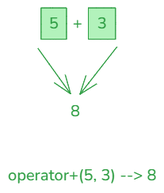
silvercodes/p53_cpp keeps this Excalidraw diagram as img/03.operators.excalidraw.png. Above is the earlier version. Source tidied: one line per element, renumbered; positions are measured from the earlier drawing's top-left corner, leaving out a move shared by most shapes.
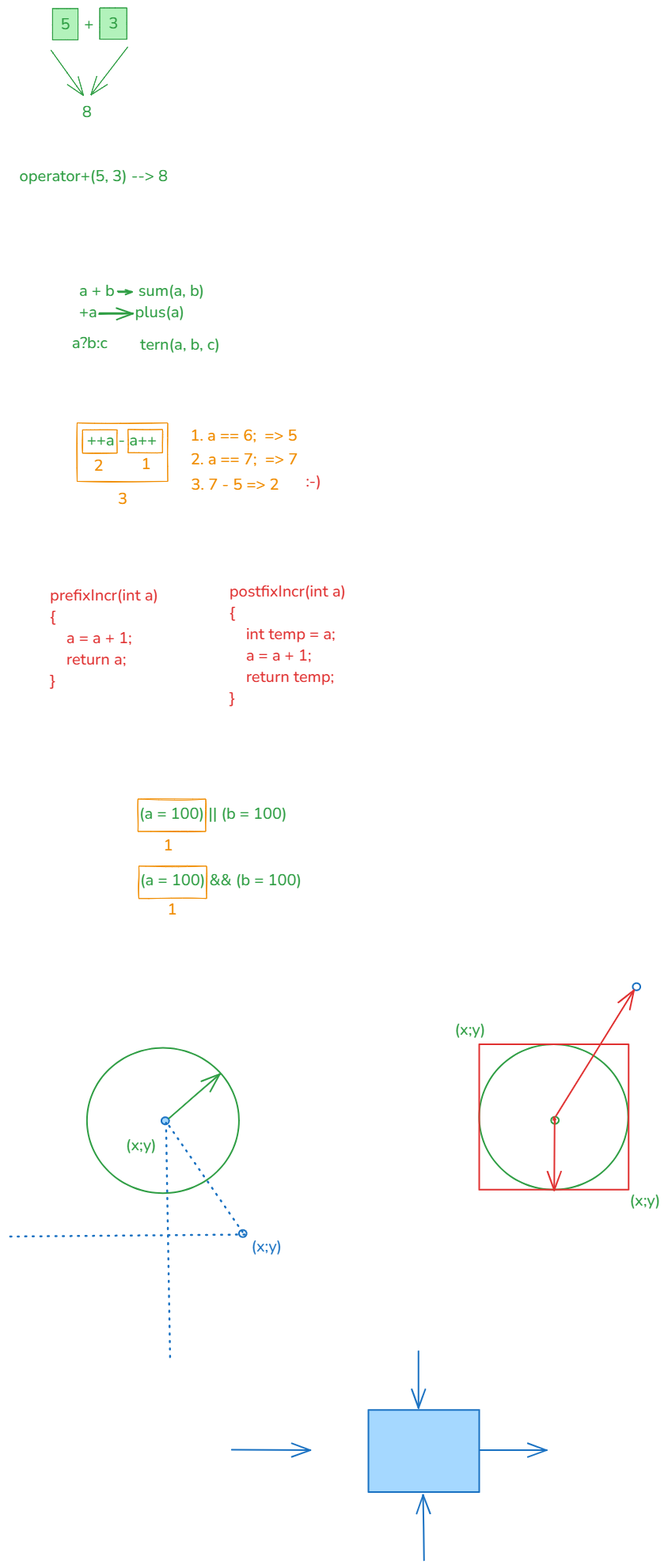
After the commit.

The edit, as a diff of the source:
```diff
@@ -1,9 +1,58 @@
 {"id": 0, "type": "text", "text": "+", "strokeColor": "#2f9e44", "backgroundColor": "#b2f2bb", "fillStyle": "solid", "strokeWidth": 1, "roughness": 0, "fontSize": 20, "fontFamily": 6, "x": 82, "y": 6, "width": 12, "height": 27}
 {"id": 1, "type": "rectangle", "strokeColor": "#2f9e44", "backgroundColor": "#b2f2bb", "fillStyle": "solid", "strokeWidth": 1, "roughness": 0, "x": 42, "y": 0, "width": 32, "height": 40}
 {"id": 2, "type": "text", "text": "5", "strokeColor": "#2f9e44", "backgroundColor": "#b2f2bb", "fillStyle": "solid", "strokeWidth": 1, "roughness": 0, "fontSize": 20, "fontFamily": 6, "textAlign": "center", "verticalAlign": "middle", "inside": 1, "x": 52, "y": 6, "width": 12, "height": 27}
-{"id": 3, "type": "rectangle", "strokeColor": "#2f9e44", "backgroundColor": "#b2f2bb", "fillStyle": "solid", "strokeWidth": 1, "roughness": 0, "x": 102, "y": 0, "width": 34, "height": 40}
+{"id": 3, "type": "rectangle", "strokeColor": "#2f9e44", "backgroundColor": "#b2f2bb", "fillStyle": "solid", "strokeWidth": 1, "roughness": 0, "x": 101, "y": -1, "width": 34, "height": 40}
-{"id": 4, "type": "text", "text": "3", "strokeColor": "#2f9e44", "backgroundColor": "#b2f2bb", "fillStyle": "solid", "strokeWidth": 1, "roughness": 0, "fontSize": 20, "fontFamily": 6, "textAlign": "center", "verticalAlign": "middle", "inside": 3, "x": 113, "y": 6, "width": 12, "height": 27}
+{"id": 4, "type": "text", "text": "3", "strokeColor": "#2f9e44", "backgroundColor": "#b2f2bb", "fillStyle": "solid", "strokeWidth": 1, "roughness": 0, "fontSize": 20, "fontFamily": 6, "textAlign": "center", "verticalAlign": "middle", "inside": 3, "x": 113, "y": 5, "width": 12, "height": 27}
 {"id": 5, "type": "text", "text": "operator+(5, 3) --> 8", "strokeColor": "#2f9e44", "backgroundColor": "#b2f2bb", "fillStyle": "solid", "strokeWidth": 1, "roughness": 0, "fontSize": 20, "fontFamily": 6, "x": 0, "y": 198, "width": 187, "height": 27}
-{"id": 6, "type": "arrow", "strokeColor": "#2f9e44", "backgroundColor": "#b2f2bb", "fillStyle": "solid", "strokeWidth": 1, "roughness": 0, "endArrowhead": "arrow", "round": true, "from": 1, "x": 38, "y": 51, "width": 41, "height": 57, "points": [[0, 0], [41, 57]]}
+{"id": 6, "type": "arrow", "strokeColor": "#2f9e44", "backgroundColor": "#b2f2bb", "fillStyle": "solid", "strokeWidth": 1, "roughness": 0, "endArrowhead": "arrow", "round": true, "from": 1, "x": 40, "y": 53, "width": 41, "height": 57, "points": [[0, 0], [41, 57]]}
-{"id": 7, "type": "arrow", "strokeColor": "#2f9e44", "backgroundColor": "#b2f2bb", "fillStyle": "solid", "strokeWidth": 1, "roughness": 0, "endArrowhead": "arrow", "round": true, "from": 3, "x": 138, "y": 49, "width": 47, "height": 60, "points": [[0, 0], [-47, 60]]}
+{"id": 7, "type": "arrow", "strokeColor": "#2f9e44", "backgroundColor": "#b2f2bb", "fillStyle": "solid", "strokeWidth": 1, "roughness": 0, "endArrowhead": "arrow", "round": true, "from": 3, "x": 137, "y": 49, "width": 47, "height": 61, "points": [[0, 0], [-47, 61]]}
 {"id": 8, "type": "text", "text": "8", "strokeColor": "#2f9e44", "backgroundColor": "#b2f2bb", "fillStyle": "solid", "strokeWidth": 1, "roughness": 0, "fontSize": 20, "fontFamily": 6, "x": 79, "y": 117, "width": 12, "height": 27}
+{"id": 9, "type": "text", "text": "a + b\n+a", "strokeColor": "#2f9e44", "strokeWidth": 2, "roughness": 1, "fontSize": 20, "fontFamily": 6, "x": 75, "y": 343, "width": 45, "height": 54}
+{"id": 10, "type": "text", "text": "sum(a, b)", "strokeColor": "#2f9e44", "strokeWidth": 2, "roughness": 1, "fontSize": 20, "fontFamily": 6, "x": 150, "y": 343, "width": 83, "height": 27}
+{"id": 11, "type": "text", "text": "plus(a)", "strokeColor": "#2f9e44", "strokeWidth": 2, "roughness": 1, "fontSize": 20, "fontFamily": 6, "x": 146, "y": 370, "width": 63, "height": 27}
+{"id": 12, "type": "arrow", "strokeColor": "#2f9e44", "strokeWidth": 2, "roughness": 1, "endArrowhead": "arrow", "round": true, "from": 9, "to": 11, "x": 124, "y": 358, "width": 17, "height": 0, "points": [[0, 0], [17, 0]]}
+{"id": 13, "type": "arrow", "strokeColor": "#2f9e44", "strokeWidth": 2, "roughness": 1, "endArrowhead": "arrow", "round": true, "from": 9, "to": 11, "x": 101, "y": 385, "width": 43, "height": 0, "points": [[0, 0], [43, 0]]}
+{"id": 14, "type": "text", "text": "tern(a, b, c)", "strokeColor": "#2f9e44", "strokeWidth": 2, "roughness": 1, "fontSize": 20, "fontFamily": 6, "x": 152, "y": 411, "width": 101, "height": 27}
+{"id": 15, "type": "text", "text": "a?b:c", "strokeColor": "#2f9e44", "strokeWidth": 2, "roughness": 1, "fontSize": 20, "fontFamily": 6, "x": 66, "y": 409, "width": 45, "height": 27}
+{"id": 16, "type": "text", "text": "++a - a++", "strokeColor": "#2f9e44", "strokeWidth": 2, "roughness": 1, "fontSize": 20, "fontFamily": 6, "x": 85, "y": 532, "width": 88, "height": 27}
+{"id": 17, "type": "rectangle", "strokeColor": "#f08c00", "strokeWidth": 1, "roughness": 1, "x": 80, "y": 533, "width": 44, "height": 29}
+{"id": 18, "type": "text", "text": "1", "strokeColor": "#f08c00", "strokeWidth": 1, "roughness": 1, "fontSize": 20, "fontFamily": 6, "x": 154, "y": 562, "width": 12, "height": 27}
+{"id": 19, "type": "rectangle", "strokeColor": "#f08c00", "strokeWidth": 1, "roughness": 1, "x": 137, "y": 532, "width": 44, "height": 29}
+{"id": 20, "type": "text", "text": "2", "strokeColor": "#f08c00", "strokeWidth": 1, "roughness": 1, "fontSize": 20, "fontFamily": 6, "x": 94, "y": 564, "width": 12, "height": 27}
+{"id": 21, "type": "rectangle", "strokeColor": "#f08c00", "strokeWidth": 1, "roughness": 1, "x": 73, "y": 524, "width": 115, "height": 74}
+{"id": 22, "type": "text", "text": "3", "strokeColor": "#f08c00", "strokeWidth": 1, "roughness": 1, "fontSize": 20, "fontFamily": 6, "x": 124, "y": 606, "width": 12, "height": 27}
+{"id": 23, "type": "text", "text": "1. a == 6;  => 5", "strokeColor": "#f08c00", "strokeWidth": 1, "roughness": 1, "fontSize": 20, "fontFamily": 6, "x": 216, "y": 526, "width": 135, "height": 27}
+{"id": 24, "type": "text", "text": "2. a == 7;  => 7", "strokeColor": "#f08c00", "strokeWidth": 1, "roughness": 1, "fontSize": 20, "fontFamily": 6, "x": 216, "y": 556, "width": 135, "height": 27}
+{"id": 25, "type": "text", "text": "3. 7 - 5 => 2", "strokeColor": "#f08c00", "strokeWidth": 1, "roughness": 1, "fontSize": 20, "fontFamily": 6, "x": 217, "y": 588, "width": 111, "height": 27}
+{"id": 26, "type": "text", "text": ":-)", "strokeColor": "#e03131", "strokeWidth": 1, "roughness": 1, "fontSize": 20, "fontFamily": 6, "x": 362, "y": 584, "width": 19, "height": 27}
+{"id": 27, "type": "text", "text": "prefixIncr(int a)\n{\n    a = a + 1;\n    return a;\n}", "strokeColor": "#e03131", "strokeWidth": 1, "roughness": 1, "fontSize": 20, "fontFamily": 6, "x": 38, "y": 728, "width": 137, "height": 135}
+{"id": 28, "type": "text", "text": "postfixIncr(int a)\n{\n    int temp = a;\n    a = a + 1;\n    return temp;\n}", "strokeColor": "#e03131", "strokeWidth": 1, "roughness": 1, "fontSize": 20, "fontFamily": 6, "x": 265, "y": 724, "width": 147, "height": 162}
+{"id": 29, "type": "text", "text": "(a = 100) || (b = 100)", "strokeColor": "#2f9e44", "strokeWidth": 1, "roughness": 1, "fontSize": 20, "fontFamily": 6, "x": 151, "y": 1004, "width": 187, "height": 27}
+{"id": 30, "type": "rectangle", "strokeColor": "#f08c00", "strokeWidth": 1, "roughness": 1, "x": 150, "y": 999, "width": 86, "height": 41}
+{"id": 31, "type": "text", "text": "1", "strokeColor": "#f08c00", "strokeWidth": 1, "roughness": 1, "fontSize": 20, "fontFamily": 6, "x": 182, "y": 1044, "width": 12, "height": 27}
+{"id": 32, "type": "text", "text": "(a = 100) && (b = 100)", "strokeColor": "#2f9e44", "strokeWidth": 1, "roughness": 1, "fontSize": 20, "fontFamily": 6, "x": 152, "y": 1089, "width": 204, "height": 27}
+{"id": 33, "type": "rectangle", "strokeColor": "#f08c00", "strokeWidth": 1, "roughness": 1, "x": 151, "y": 1084, "width": 86, "height": 41}
+{"id": 34, "type": "text", "text": "1", "strokeColor": "#f08c00", "strokeWidth": 1, "roughness": 1, "fontSize": 20, "fontFamily": 6, "x": 187, "y": 1125, "width": 12, "height": 27}
+{"id": 35, "type": "ellipse", "strokeColor": "#2f9e44", "strokeWidth": 2, "roughness": 0, "round": true, "x": 85, "y": 1314, "width": 192, "height": 184}
+{"id": 36, "type": "ellipse", "strokeColor": "#1971c2", "backgroundColor": "#a5d8ff", "fillStyle": "solid", "strokeWidth": 2, "roughness": 0, "round": true, "x": 179, "y": 1401, "width": 10, "height": 9}
+{"id": 37, "type": "text", "text": "(x;y)", "strokeColor": "#2f9e44", "strokeWidth": 2, "roughness": 0, "fontSize": 20, "fontFamily": 6, "x": 134, "y": 1423, "width": 39, "height": 27}
+{"id": 38, "type": "arrow", "strokeColor": "#2f9e44", "strokeWidth": 2, "roughness": 0, "endArrowhead": "arrow", "round": true, "from": 36, "to": 35, "x": 189, "y": 1403, "width": 64, "height": 56, "points": [[0, 0], [64, -56]]}
+{"id": 39, "type": "ellipse", "strokeColor": "#2f9e44", "strokeWidth": 2, "roughness": 0, "round": true, "x": 581, "y": 1309, "width": 188, "height": 184}
+{"id": 40, "type": "rectangle", "strokeColor": "#e03131", "strokeWidth": 2, "roughness": 0, "x": 581, "y": 1309, "width": 189, "height": 184}
+{"id": 41, "type": "text", "text": "(x;y)", "strokeColor": "#2f9e44", "strokeWidth": 2, "roughness": 0, "fontSize": 20, "fontFamily": 6, "x": 550, "y": 1277, "width": 39, "height": 27}
+{"id": 42, "type": "text", "text": "(x;y)", "strokeColor": "#2f9e44", "strokeWidth": 2, "roughness": 0, "fontSize": 20, "fontFamily": 6, "x": 771, "y": 1493, "width": 39, "height": 27}
+{"id": 43, "type": "ellipse", "strokeColor": "#1971c2", "strokeWidth": 2, "roughness": 0, "round": true, "x": 775, "y": 1232, "width": 10, "height": 9}
+{"id": 44, "type": "ellipse", "strokeColor": "#2f9e44", "strokeWidth": 2, "roughness": 0, "round": true, "x": 672, "y": 1401, "width": 10, "height": 9}
+{"id": 45, "type": "arrow", "strokeColor": "#e03131", "strokeWidth": 2, "roughness": 0, "endArrowhead": "arrow", "round": true, "from": 44, "to": 40, "x": 677, "y": 1409, "width": 2, "height": 7, "points": [[0, 0], [-2, -7]]}
+{"id": 46, "type": "arrow", "strokeColor": "#e03131", "strokeWidth": 2, "roughness": 0, "endArrowhead": "arrow", "round": true, "from": 44, "to": 43, "x": 678, "y": 1400, "width": 99, "height": 159, "points": [[0, 0], [99, -159]]}
+{"id": 47, "type": "arrow", "strokeColor": "#e03131", "strokeWidth": 2, "roughness": 0, "endArrowhead": "arrow", "round": true, "from": 44, "to": 40, "x": 676, "y": 1407, "width": 1, "height": 87, "points": [[0, 0], [-1, 87]]}
+{"id": 48, "type": "rectangle", "strokeColor": "#1971c2", "backgroundColor": "#a5d8ff", "fillStyle": "solid", "strokeWidth": 2, "roughness": 0, "x": 441, "y": 1771, "width": 140, "height": 104}
+{"id": 49, "type": "arrow", "strokeColor": "#1971c2", "backgroundColor": "#a5d8ff", "fillStyle": "solid", "strokeWidth": 2, "roughness": 0, "endArrowhead": "arrow", "round": true, "x": 268, "y": 1822, "width": 99, "height": 1, "points": [[0, 0], [99, 1]]}
+{"id": 50, "type": "arrow", "strokeColor": "#1971c2", "backgroundColor": "#a5d8ff", "fillStyle": "solid", "strokeWidth": 2, "roughness": 0, "endArrowhead": "arrow", "round": true, "from": 48, "x": 581, "y": 1822, "width": 84, "height": 0, "points": [[0, 0], [84, 0]]}
+{"id": 51, "type": "arrow", "strokeColor": "#1971c2", "backgroundColor": "#a5d8ff", "fillStyle": "solid", "strokeWidth": 2, "roughness": 0, "endArrowhead": "arrow", "round": true, "to": 48, "x": 511, "y": 1961, "width": 1, "height": 82, "points": [[0, 0], [-1, -82]]}
+{"id": 52, "type": "arrow", "strokeColor": "#1971c2", "backgroundColor": "#a5d8ff", "fillStyle": "solid", "strokeWidth": 2, "roughness": 0, "endArrowhead": "arrow", "round": true, "to": 48, "x": 504, "y": 1697, "width": 0, "height": 72, "points": [[0, 0], [0, 72]]}
+{"id": 53, "type": "ellipse", "strokeColor": "#1971c2", "strokeWidth": 2, "roughness": 0, "round": true, "x": 277, "y": 1544, "width": 10, "height": 9}
+{"id": 54, "type": "arrow", "strokeColor": "#1971c2", "backgroundColor": "#a5d8ff", "fillStyle": "solid", "strokeWidth": 2, "strokeStyle": "dotted", "roughness": 0, "round": true, "x": 185, "y": 1408, "width": 5, "height": 298, "points": [[0, 0], [5, 298]]}
+{"id": 55, "type": "arrow", "strokeColor": "#1971c2", "backgroundColor": "#a5d8ff", "fillStyle": "solid", "strokeWidth": 2, "strokeStyle": "dotted", "roughness": 0, "round": true, "from": 53, "x": 284, "y": 1550, "width": 299, "height": 3, "points": [[0, 0], [-299, 3]]}
+{"id": 56, "type": "arrow", "strokeColor": "#1971c2", "backgroundColor": "#a5d8ff", "fillStyle": "solid", "strokeWidth": 2, "strokeStyle": "dotted", "roughness": 0, "round": true, "from": 53, "to": 36, "x": 282, "y": 1546, "width": 95, "height": 138, "points": [[0, 0], [-95, -138]]}
+{"id": 57, "type": "text", "text": "(x;y)", "strokeColor": "#1971c2", "strokeWidth": 2, "roughness": 0, "fontSize": 20, "fontFamily": 6, "x": 293, "y": 1552, "width": 39, "height": 27}
```
